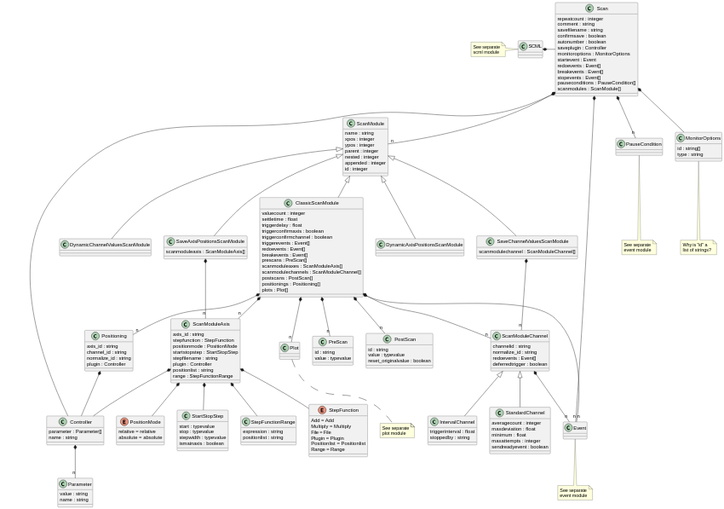
Above: docs/uml/evedata.scml.scan.svg in tillbiskup/evedata (PlantUML), before the change.
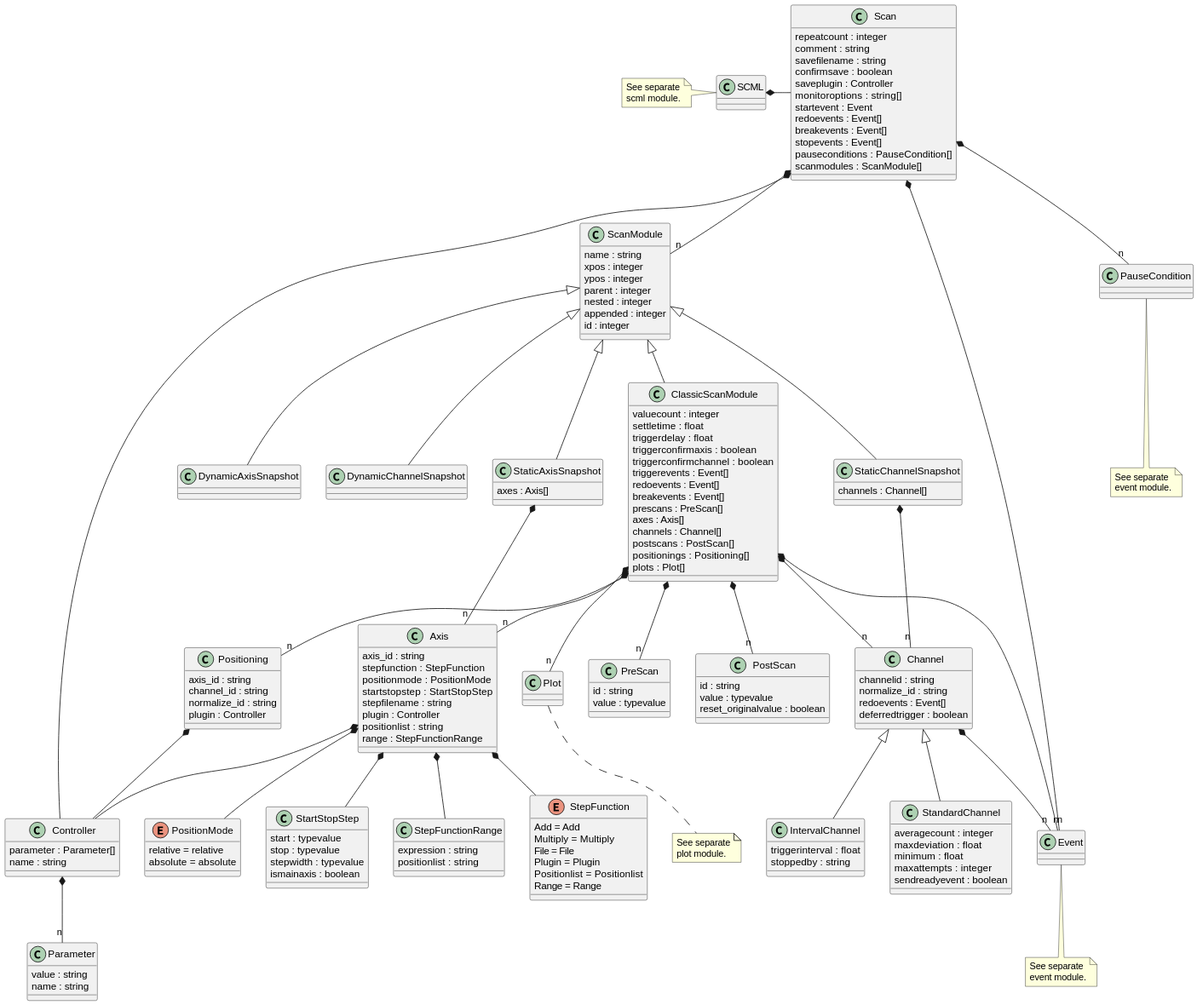
After the change.

The edit, as a diff of the source:
```diff
@@ -5,9 +5,8 @@
     comment : string
     savefilename : string
     confirmsave : boolean
-    autonumber : boolean
     saveplugin : Controller
-    monitoroptions : MonitorOptions
+    monitoroptions : string[]
     startevent : Event
     redoevents : Event[]
     breakevents : Event[]
@@ -19,12 +18,11 @@
 Scan *-- "n" ScanModule
 Scan *-- "n" PauseCondition
 Scan *-- "n" Event
-Scan *-- MonitorOptions
 
-note bottom of PauseCondition: See separate\nevent module
+note bottom of PauseCondition: See separate\nevent module.
 
 SCML *- Scan
-note left of SCML: See separate\nscml module
+note left of SCML: See separate\nscml module.
 
 class ScanModule {
     name : string
@@ -36,10 +34,10 @@
     id : integer
 }
 ScanModule <|-- ClassicScanModule
-ScanModule <|-- SaveAxisPositionsScanModule
-ScanModule <|-- SaveChannelValuesScanModule
-ScanModule <|-- DynamicAxisPositionsScanModule
-ScanModule <|-- DynamicChannelValuesScanModule
+ScanModule <|-- StaticAxisSnapshot
+ScanModule <|-- StaticChannelSnapshot
+ScanModule <|-- DynamicAxisSnapshot
+ScanModule <|-- DynamicChannelSnapshot
 
 class Controller {
     parameter : Parameter[]
@@ -51,12 +49,6 @@
     triggerinterval : float
     stoppedby : string
 }
-
-class MonitorOptions {
-    id : string[]
-    type : string
-}
-note bottom: Why is "id" a\nlist of strings?
 
 class Parameter {
     value : string
@@ -81,22 +73,22 @@
     redoevents : Event[]
     breakevents : Event[]
     prescans : PreScan[]
-    scanmoduleaxes : ScanModuleAxis[]
-    scanmodulechannels : ScanModuleChannel[]
+    axes : Axis[]
+    channels : Channel[]
     postscans : PostScan[]
     positionings : Positioning[]
     plots : Plot[]
 }
 ClassicScanModule *-- "n" Event
 ClassicScanModule *-- "n" PreScan
-ClassicScanModule *-- "n" ScanModuleAxis
-ClassicScanModule *-- "n" ScanModuleChannel
+ClassicScanModule *-- "n" Axis
+ClassicScanModule *-- "n" Channel
 ClassicScanModule *-- "n" PostScan
 ClassicScanModule *-- "n" Positioning
 ClassicScanModule *-- "n" Plot
 
-note bottom of Plot: See separate\nplot module
-note bottom of Event: See separate\nevent module
+note bottom of Plot: See separate\nplot module.
+note bottom of Event: See separate\nevent module.
 
 class PreScan {
     id : string
@@ -109,23 +101,23 @@
     reset_originalvalue : boolean
 }
 
-class DynamicAxisPositionsScanModule {
+class DynamicAxisSnapshot {
 }
 
-class DynamicChannelValuesScanModule {
+class DynamicChannelSnapshot {
 }
 
-class SaveAxisPositionsScanModule {
-    scanmoduleaxis : ScanModuleAxis[]
+class StaticAxisSnapshot {
+    axes : Axis[]
 }
-SaveAxisPositionsScanModule *-- "n" ScanModuleAxis
+StaticAxisSnapshot *-- "n" Axis
 
-class SaveChannelValuesScanModule {
-    scanmodulechannel : ScanModuleChannel[]
+class StaticChannelSnapshot {
+    channels : Channel[]
 }
-SaveChannelValuesScanModule *-- "n" ScanModuleChannel
+StaticChannelSnapshot *-- "n" Channel
 
-class ScanModuleAxis {
+class Axis {
     axis_id : string
     stepfunction : StepFunction
     positionmode : PositionMode
@@ -135,26 +127,26 @@
     positionlist : string
     range : StepFunctionRange
 }
-ScanModuleAxis *-- StepFunction
-ScanModuleAxis *-- PositionMode
-ScanModuleAxis *-- StartStopStep
-ScanModuleAxis *-- Controller
-ScanModuleAxis *-- StepFunctionRange
+Axis *-- StepFunction
+Axis *-- PositionMode
+Axis *-- StartStopStep
+Axis *-- Controller
+Axis *-- StepFunctionRange
 
 enum PositionMode {
     relative = relative
     absolute = absolute
 }
 
-class ScanModuleChannel {
+class Channel {
     channelid : string
     normalize_id : string
     redoevents : Event[]
     deferredtrigger : boolean
 }
-ScanModuleChannel <|-- StandardChannel
-ScanModuleChannel <|-- IntervalChannel
-ScanModuleChannel *-- "n" Event
+Channel <|-- StandardChannel
+Channel <|-- IntervalChannel
+Channel *-- "n" Event
 
 class StandardChannel {
     averagecount : integer
```
